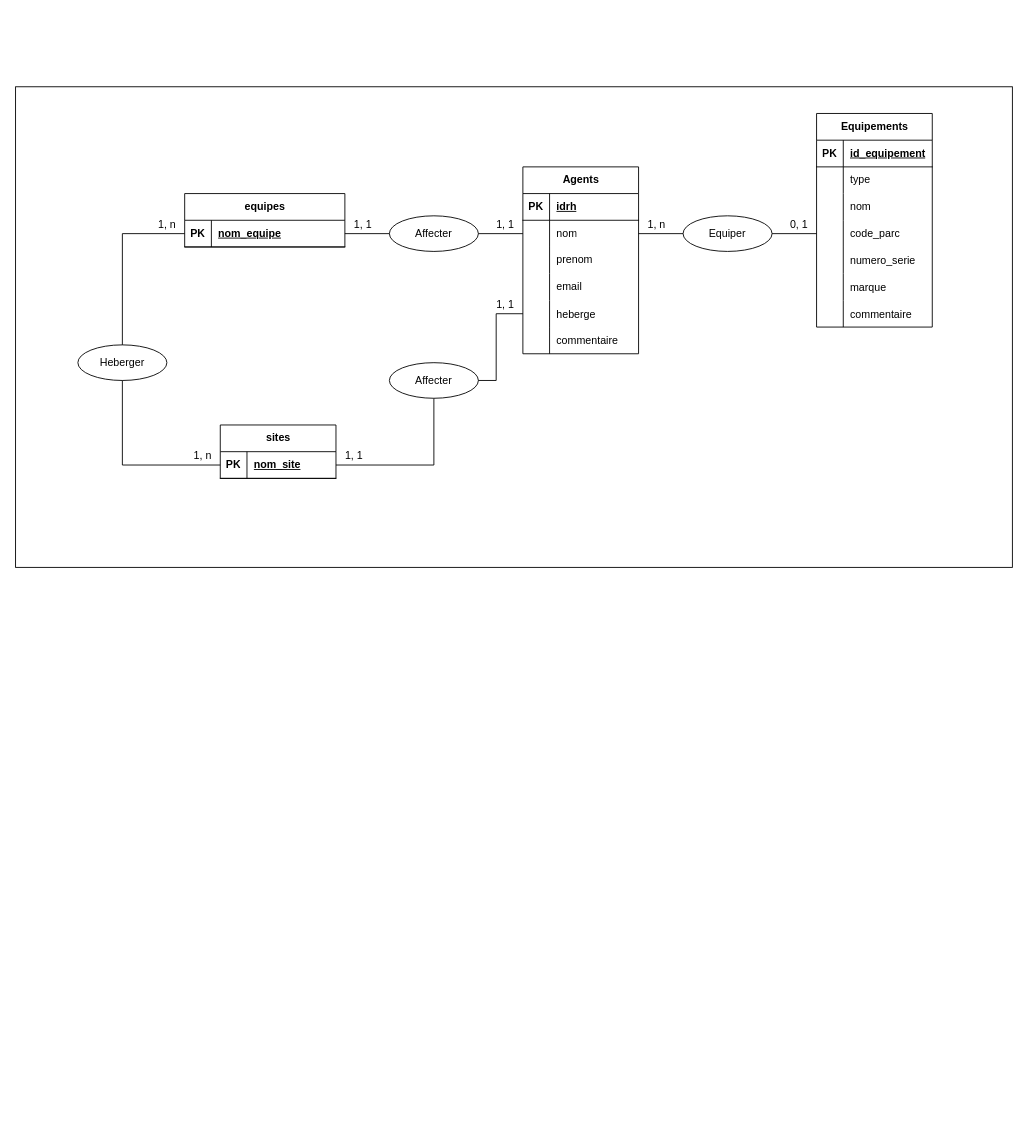
This is mcd_park.drawio from Dr-Revdev/GestionParc, a draw.io file, before an edit. Source tidied: cells renumbered, new cells numbered last; positions are measured from the earlier drawing's top-left corner, leaving out a move shared by most shapes. Both pictures are drawn from the tidied source at 89%, with x=0, y=0 at pixel (15, 86).
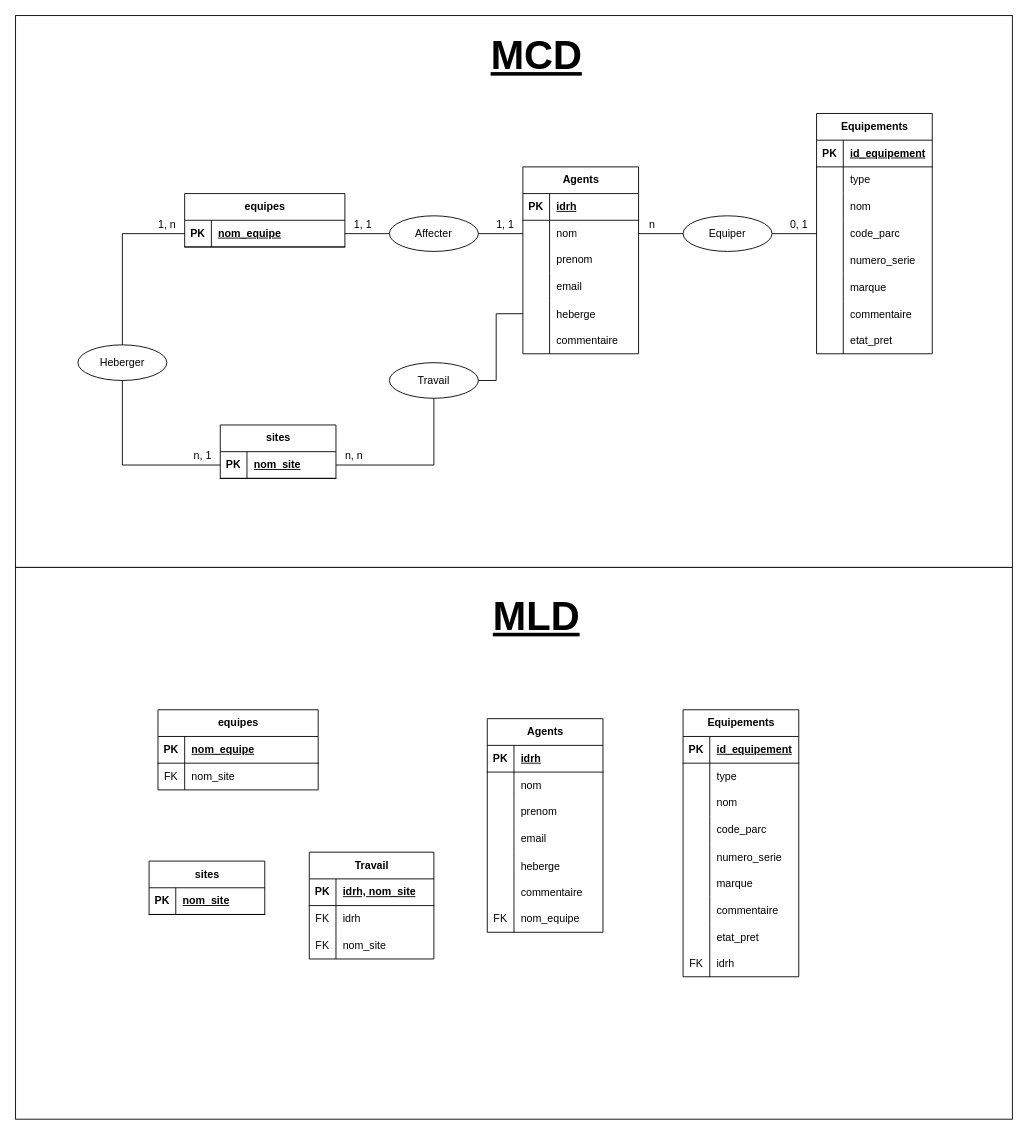
The same diagram, later.

Commit message:
Mettre à jour mcd_park.drawio

What changed in the source:
```diff
@@
     <mxCell id="2" style="rounded=0;whiteSpace=wrap;html=1;" parent="1" vertex="1">
-      <mxGeometry width="1120" height="540" as="geometry" />
+      <mxGeometry y="-80" width="1120" height="620" as="geometry" />
     </mxCell>
@@
     <mxCell id="22" value="Equipements" style="shape=table;startSize=30;childLayout=tableLayout;rowLines=0;fontStyle=1;align=center;html=1;" parent="1" vertex="1">
-      <mxGeometry x="900" y="30" width="130" height="240" as="geometry" />
+      <mxGeometry x="900" y="30" width="130" height="270" as="geometry" />
     </mxCell>
@@
+    <mxCell id="72" style="shape=tableRow;horizontal=0;startSize=0;swimlaneHead=0;swimlaneBody=0;fillColor=none;top=0;left=0;right=0;bottom=0;" parent="22" vertex="1">
+      <mxGeometry y="240" width="130" height="30" as="geometry" />
+    </mxCell>
+    <mxCell id="73" style="shape=partialRectangle;fillColor=none;top=0;left=0;bottom=0;right=0;overflow=hidden;" parent="72" vertex="1">
+      <mxGeometry width="30" height="30" as="geometry" />
+    </mxCell>
+    <mxCell id="74" value="etat_pret" style="shape=partialRectangle;fillColor=none;top=0;left=0;bottom=0;right=0;align=left;spacingLeft=6;overflow=hidden;" parent="72" vertex="1">
+      <mxGeometry x="30" width="100" height="30" as="geometry" />
+    </mxCell>
@@
-    <mxCell id="59" value="1, 1" style="text;html=1;align=center;verticalAlign=middle;strokeColor=none;fillColor=none;" parent="1" vertex="1">
+    <mxCell id="59" value="n, n" style="text;html=1;align=center;verticalAlign=middle;strokeColor=none;fillColor=none;" parent="1" vertex="1">
       <mxGeometry x="360" y="400" width="40" height="30" as="geometry" />
     </mxCell>
@@
-    <mxCell id="62" value="1, n" style="text;html=1;align=center;verticalAlign=middle;strokeColor=none;fillColor=none;" parent="1" vertex="1">
-      <mxGeometry x="700" y="140" width="40" height="30" as="geometry" />
+    <mxCell id="62" value="n" style="text;html=1;align=center;verticalAlign=middle;strokeColor=none;fillColor=none;" parent="1" vertex="1">
+      <mxGeometry x="700" y="140" width="30" height="30" as="geometry" />
     </mxCell>
@@
-    <mxCell id="64" value="Affecter" style="ellipse;whiteSpace=wrap;html=1;align=center;" parent="1" vertex="1">
+    <mxCell id="64" value="Travail" style="ellipse;whiteSpace=wrap;html=1;align=center;" parent="1" vertex="1">
       <mxGeometry x="420" y="310" width="100" height="40" as="geometry" />
     </mxCell>
@@
-    <mxCell id="69" value="1, n" style="text;html=1;align=center;verticalAlign=middle;strokeColor=none;fillColor=none;" parent="1" vertex="1">
+    <mxCell id="69" value="n, 1" style="text;html=1;align=center;verticalAlign=middle;strokeColor=none;fillColor=none;" parent="1" vertex="1">
       <mxGeometry x="190" y="400" width="40" height="30" as="geometry" />
     </mxCell>
@@
-    <mxCell id="71" value="1, 1" style="text;html=1;align=center;verticalAlign=middle;strokeColor=none;fillColor=none;" parent="1" vertex="1">
-      <mxGeometry x="530" y="230" width="40" height="30" as="geometry" />
-    </mxCell>
+    <mxCell id="75" style="rounded=0;whiteSpace=wrap;html=1;" parent="1" vertex="1">
+      <mxGeometry y="540" width="1120" height="620" as="geometry" />
+    </mxCell>
+    <mxCell id="76" value="&lt;font style=&quot;font-size: 45px;&quot;&gt;&lt;u&gt;MCD&lt;/u&gt;&lt;/font&gt;" style="text;strokeColor=none;fillColor=none;html=1;fontSize=24;fontStyle=1;verticalAlign=middle;align=center;" parent="1" vertex="1">
+      <mxGeometry x="430" y="-70" width="310" height="70" as="geometry" />
+    </mxCell>
+    <mxCell id="77" value="Agents" style="shape=table;startSize=30;childLayout=tableLayout;rowLines=0;fontStyle=1;align=center;html=1;" parent="1" vertex="1">
+      <mxGeometry x="530" y="710" width="130" height="240" as="geometry" />
+    </mxCell>
+    <mxCell id="78" style="shape=tableRow;horizontal=0;startSize=0;swimlaneHead=0;swimlaneBody=0;fillColor=none;top=0;left=0;right=0;bottom=1;" parent="77" vertex="1">
+      <mxGeometry y="30" width="130" height="30" as="geometry" />
+    </mxCell>
+    <mxCell id="79" value="PK" style="shape=partialRectangle;fillColor=none;top=0;left=0;bottom=0;right=0;fontStyle=1;overflow=hidden;whiteSpace=wrap;html=1;" parent="78" vertex="1">
+      <mxGeometry width="30" height="30" as="geometry" />
+    </mxCell>
+    <mxCell id="80" value="idrh" style="shape=partialRectangle;fillColor=none;top=0;left=0;bottom=0;right=0;align=left;spacingLeft=6;fontStyle=5;overflow=hidden;whiteSpace=wrap;html=1;" parent="78" vertex="1">
+      <mxGeometry x="30" width="100" height="30" as="geometry" />
+    </mxCell>
+    <mxCell id="81" style="shape=tableRow;horizontal=0;startSize=0;swimlaneHead=0;swimlaneBody=0;fillColor=none;top=0;left=0;right=0;bottom=0;" parent="77" vertex="1">
+      <mxGeometry y="60" width="130" height="30" as="geometry" />
+    </mxCell>
+    <mxCell id="82" style="shape=partialRectangle;fillColor=none;top=0;left=0;bottom=0;right=0;overflow=hidden;whiteSpace=wrap;html=1;" parent="81" vertex="1">
+      <mxGeometry width="30" height="30" as="geometry" />
+    </mxCell>
+    <mxCell id="83" value="nom" style="shape=partialRectangle;fillColor=none;top=0;left=0;bottom=0;right=0;align=left;spacingLeft=6;overflow=hidden;whiteSpace=wrap;html=1;" parent="81" vertex="1">
+      <mxGeometry x="30" width="100" height="30" as="geometry" />
+    </mxCell>
+    <mxCell id="84" style="shape=tableRow;horizontal=0;startSize=0;swimlaneHead=0;swimlaneBody=0;fillColor=none;top=0;left=0;right=0;bottom=0;" parent="77" vertex="1">
+      <mxGeometry y="90" width="130" height="30" as="geometry" />
+    </mxCell>
+    <mxCell id="85" style="shape=partialRectangle;fillColor=none;top=0;left=0;bottom=0;right=0;overflow=hidden;whiteSpace=wrap;html=1;" parent="84" vertex="1">
+      <mxGeometry width="30" height="30" as="geometry" />
+    </mxCell>
+    <mxCell id="86" value="prenom" style="shape=partialRectangle;fillColor=none;top=0;left=0;bottom=0;right=0;align=left;spacingLeft=6;overflow=hidden;whiteSpace=wrap;html=1;" parent="84" vertex="1">
+      <mxGeometry x="30" width="100" height="30" as="geometry" />
+    </mxCell>
+    <mxCell id="87" style="shape=tableRow;horizontal=0;startSize=0;swimlaneHead=0;swimlaneBody=0;fillColor=none;top=0;left=0;right=0;bottom=0;" parent="77" vertex="1">
+      <mxGeometry y="120" width="130" height="30" as="geometry" />
+    </mxCell>
+    <mxCell id="88" style="shape=partialRectangle;fillColor=none;top=0;left=0;bottom=0;right=0;overflow=hidden;whiteSpace=wrap;html=1;" parent="87" vertex="1">
+      <mxGeometry width="30" height="30" as="geometry" />
+    </mxCell>
+    <mxCell id="89" value="email" style="shape=partialRectangle;fillColor=none;top=0;left=0;bottom=0;right=0;align=left;spacingLeft=6;overflow=hidden;whiteSpace=wrap;html=1;" parent="87" vertex="1">
+      <mxGeometry x="30" width="100" height="30" as="geometry" />
+    </mxCell>
+    <mxCell id="90" style="shape=tableRow;horizontal=0;startSize=0;swimlaneHead=0;swimlaneBody=0;fillColor=none;top=0;left=0;right=0;bottom=0;" parent="77" vertex="1">
+      <mxGeometry y="150" width="130" height="30" as="geometry" />
+    </mxCell>
+    <mxCell id="91" style="shape=partialRectangle;fillColor=none;top=0;left=0;bottom=0;right=0;overflow=hidden;" parent="90" vertex="1">
+      <mxGeometry width="30" height="30" as="geometry" />
+    </mxCell>
+    <mxCell id="92" value="heberge" style="shape=partialRectangle;fillColor=none;top=0;left=0;bottom=0;right=0;align=left;spacingLeft=6;overflow=hidden;" parent="90" vertex="1">
+      <mxGeometry x="30" width="100" height="30" as="geometry" />
+    </mxCell>
+    <mxCell id="93" style="shape=tableRow;horizontal=0;startSize=0;swimlaneHead=0;swimlaneBody=0;fillColor=none;top=0;left=0;right=0;bottom=0;" parent="77" vertex="1">
+      <mxGeometry y="180" width="130" height="30" as="geometry" />
+    </mxCell>
+    <mxCell id="94" style="shape=partialRectangle;fillColor=none;top=0;left=0;bottom=0;right=0;overflow=hidden;" parent="93" vertex="1">
+      <mxGeometry width="30" height="30" as="geometry" />
+    </mxCell>
+    <mxCell id="95" value="commentaire" style="shape=partialRectangle;fillColor=none;top=0;left=0;bottom=0;right=0;align=left;spacingLeft=6;overflow=hidden;" parent="93" vertex="1">
+      <mxGeometry x="30" width="100" height="30" as="geometry" />
+    </mxCell>
+    <mxCell id="96" style="shape=tableRow;horizontal=0;startSize=0;swimlaneHead=0;swimlaneBody=0;fillColor=none;top=0;left=0;right=0;bottom=0;" parent="77" vertex="1">
+      <mxGeometry y="210" width="130" height="30" as="geometry" />
+    </mxCell>
+    <mxCell id="97" value="FK" style="shape=partialRectangle;fillColor=none;top=0;left=0;bottom=0;right=0;fontStyle=0;overflow=hidden;whiteSpace=wrap;html=1;" parent="96" vertex="1">
+      <mxGeometry width="30" height="30" as="geometry" />
+    </mxCell>
+    <mxCell id="98" value="nom_equipe" style="shape=partialRectangle;fillColor=none;top=0;left=0;bottom=0;right=0;align=left;spacingLeft=6;fontStyle=0;overflow=hidden;whiteSpace=wrap;html=1;" parent="96" vertex="1">
+      <mxGeometry x="30" width="100" height="30" as="geometry" />
+    </mxCell>
+    <mxCell id="99" value="Equipements" style="shape=table;startSize=30;childLayout=tableLayout;rowLines=0;fontStyle=1;align=center;html=1;" parent="1" vertex="1">
+      <mxGeometry x="750" y="700" width="130" height="300" as="geometry" />
+    </mxCell>
+    <mxCell id="100" style="shape=tableRow;horizontal=0;startSize=0;swimlaneHead=0;swimlaneBody=0;fillColor=none;top=0;left=0;right=0;bottom=1;" parent="99" vertex="1">
+      <mxGeometry y="30" width="130" height="30" as="geometry" />
+    </mxCell>
+    <mxCell id="101" value="PK" style="shape=partialRectangle;fillColor=none;top=0;left=0;bottom=0;right=0;fontStyle=1;overflow=hidden;whiteSpace=wrap;html=1;" parent="100" vertex="1">
+      <mxGeometry width="30" height="30" as="geometry" />
+    </mxCell>
+    <mxCell id="102" value="id_equipement" style="shape=partialRectangle;fillColor=none;top=0;left=0;bottom=0;right=0;align=left;spacingLeft=6;fontStyle=5;overflow=hidden;whiteSpace=wrap;html=1;" parent="100" vertex="1">
+      <mxGeometry x="30" width="100" height="30" as="geometry" />
+    </mxCell>
+    <mxCell id="103" style="shape=tableRow;horizontal=0;startSize=0;swimlaneHead=0;swimlaneBody=0;fillColor=none;top=0;left=0;right=0;bottom=0;" parent="99" vertex="1">
+      <mxGeometry y="60" width="130" height="30" as="geometry" />
+    </mxCell>
+    <mxCell id="104" style="shape=partialRectangle;fillColor=none;top=0;left=0;bottom=0;right=0;overflow=hidden;whiteSpace=wrap;html=1;" parent="103" vertex="1">
+      <mxGeometry width="30" height="30" as="geometry" />
+    </mxCell>
+    <mxCell id="105" value="type" style="shape=partialRectangle;fillColor=none;top=0;left=0;bottom=0;right=0;align=left;spacingLeft=6;overflow=hidden;whiteSpace=wrap;html=1;" parent="103" vertex="1">
+      <mxGeometry x="30" width="100" height="30" as="geometry" />
+    </mxCell>
+    <mxCell id="106" style="shape=tableRow;horizontal=0;startSize=0;swimlaneHead=0;swimlaneBody=0;fillColor=none;top=0;left=0;right=0;bottom=0;" parent="99" vertex="1">
+      <mxGeometry y="90" width="130" height="30" as="geometry" />
+    </mxCell>
+    <mxCell id="107" style="shape=partialRectangle;fillColor=none;top=0;left=0;bottom=0;right=0;overflow=hidden;whiteSpace=wrap;html=1;" parent="106" vertex="1">
+      <mxGeometry width="30" height="30" as="geometry" />
+    </mxCell>
+    <mxCell id="108" value="nom" style="shape=partialRectangle;fillColor=none;top=0;left=0;bottom=0;right=0;align=left;spacingLeft=6;overflow=hidden;whiteSpace=wrap;html=1;" parent="106" vertex="1">
+      <mxGeometry x="30" width="100" height="30" as="geometry" />
+    </mxCell>
+    <mxCell id="109" style="shape=tableRow;horizontal=0;startSize=0;swimlaneHead=0;swimlaneBody=0;fillColor=none;top=0;left=0;right=0;bottom=0;" parent="99" vertex="1">
+      <mxGeometry y="120" width="130" height="30" as="geometry" />
+    </mxCell>
+    <mxCell id="110" style="shape=partialRectangle;fillColor=none;top=0;left=0;bottom=0;right=0;overflow=hidden;whiteSpace=wrap;html=1;" parent="109" vertex="1">
+      <mxGeometry width="30" height="30" as="geometry" />
+    </mxCell>
+    <mxCell id="111" value="code_parc" style="shape=partialRectangle;fillColor=none;top=0;left=0;bottom=0;right=0;align=left;spacingLeft=6;overflow=hidden;whiteSpace=wrap;html=1;" parent="109" vertex="1">
+      <mxGeometry x="30" width="100" height="30" as="geometry" />
+    </mxCell>
+    <mxCell id="112" style="shape=tableRow;horizontal=0;startSize=0;swimlaneHead=0;swimlaneBody=0;fillColor=none;top=0;left=0;right=0;bottom=0;" parent="99" vertex="1">
+      <mxGeometry y="150" width="130" height="30" as="geometry" />
+    </mxCell>
+    <mxCell id="113" style="shape=partialRectangle;fillColor=none;top=0;left=0;bottom=0;right=0;overflow=hidden;" parent="112" vertex="1">
+      <mxGeometry width="30" height="30" as="geometry" />
+    </mxCell>
+    <mxCell id="114" value="numero_serie" style="shape=partialRectangle;fillColor=none;top=0;left=0;bottom=0;right=0;align=left;spacingLeft=6;overflow=hidden;" parent="112" vertex="1">
+      <mxGeometry x="30" width="100" height="30" as="geometry" />
+    </mxCell>
+    <mxCell id="115" style="shape=tableRow;horizontal=0;startSize=0;swimlaneHead=0;swimlaneBody=0;fillColor=none;top=0;left=0;right=0;bottom=0;" parent="99" vertex="1">
+      <mxGeometry y="180" width="130" height="30" as="geometry" />
+    </mxCell>
+    <mxCell id="116" style="shape=partialRectangle;fillColor=none;top=0;left=0;bottom=0;right=0;overflow=hidden;" parent="115" vertex="1">
+      <mxGeometry width="30" height="30" as="geometry" />
+    </mxCell>
+    <mxCell id="117" value="marque" style="shape=partialRectangle;fillColor=none;top=0;left=0;bottom=0;right=0;align=left;spacingLeft=6;overflow=hidden;" parent="115" vertex="1">
+      <mxGeometry x="30" width="100" height="30" as="geometry" />
+    </mxCell>
+    <mxCell id="118" style="shape=tableRow;horizontal=0;startSize=0;swimlaneHead=0;swimlaneBody=0;fillColor=none;top=0;left=0;right=0;bottom=0;" parent="99" vertex="1">
+      <mxGeometry y="210" width="130" height="30" as="geometry" />
+    </mxCell>
+    <mxCell id="119" style="shape=partialRectangle;fillColor=none;top=0;left=0;bottom=0;right=0;overflow=hidden;" parent="118" vertex="1">
+      <mxGeometry width="30" height="30" as="geometry" />
+    </mxCell>
+    <mxCell id="120" value="commentaire" style="shape=partialRectangle;fillColor=none;top=0;left=0;bottom=0;right=0;align=left;spacingLeft=6;overflow=hidden;" parent="118" vertex="1">
+      <mxGeometry x="30" width="100" height="30" as="geometry" />
+    </mxCell>
+    <mxCell id="121" style="shape=tableRow;horizontal=0;startSize=0;swimlaneHead=0;swimlaneBody=0;fillColor=none;top=0;left=0;right=0;bottom=0;" parent="99" vertex="1">
+      <mxGeometry y="240" width="130" height="30" as="geometry" />
+    </mxCell>
+    <mxCell id="122" style="shape=partialRectangle;fillColor=none;top=0;left=0;bottom=0;right=0;overflow=hidden;" parent="121" vertex="1">
+      <mxGeometry width="30" height="30" as="geometry" />
+    </mxCell>
+    <mxCell id="123" value="etat_pret" style="shape=partialRectangle;fillColor=none;top=0;left=0;bottom=0;right=0;align=left;spacingLeft=6;overflow=hidden;" parent="121" vertex="1">
+      <mxGeometry x="30" width="100" height="30" as="geometry" />
+    </mxCell>
+    <mxCell id="124" style="shape=tableRow;horizontal=0;startSize=0;swimlaneHead=0;swimlaneBody=0;fillColor=none;top=0;left=0;right=0;bottom=0;" parent="99" vertex="1">
+      <mxGeometry y="270" width="130" height="30" as="geometry" />
+    </mxCell>
+    <mxCell id="125" value="FK" style="shape=partialRectangle;fillColor=none;top=0;left=0;bottom=0;right=0;fontStyle=0;overflow=hidden;whiteSpace=wrap;html=1;" parent="124" vertex="1">
+      <mxGeometry width="30" height="30" as="geometry" />
+    </mxCell>
+    <mxCell id="126" value="idrh" style="shape=partialRectangle;fillColor=none;top=0;left=0;bottom=0;right=0;align=left;spacingLeft=6;fontStyle=0;overflow=hidden;whiteSpace=wrap;html=1;" parent="124" vertex="1">
+      <mxGeometry x="30" width="100" height="30" as="geometry" />
+    </mxCell>
+    <mxCell id="127" value="equipes" style="shape=table;startSize=30;childLayout=tableLayout;rowLines=0;fontStyle=1;align=center;html=1;" parent="1" vertex="1">
+      <mxGeometry x="160" y="700" width="180" height="90" as="geometry" />
+    </mxCell>
+    <mxCell id="128" style="shape=tableRow;horizontal=0;startSize=0;swimlaneHead=0;swimlaneBody=0;fillColor=none;top=0;left=0;right=0;bottom=1;" parent="127" vertex="1">
+      <mxGeometry y="30" width="180" height="30" as="geometry" />
+    </mxCell>
+    <mxCell id="129" value="PK" style="shape=partialRectangle;fillColor=none;top=0;left=0;bottom=0;right=0;fontStyle=1;overflow=hidden;whiteSpace=wrap;html=1;" parent="128" vertex="1">
+      <mxGeometry width="30" height="30" as="geometry" />
+    </mxCell>
+    <mxCell id="130" value="nom_equipe" style="shape=partialRectangle;fillColor=none;top=0;left=0;bottom=0;right=0;align=left;spacingLeft=6;fontStyle=5;overflow=hidden;whiteSpace=wrap;html=1;" parent="128" vertex="1">
+      <mxGeometry x="30" width="150" height="30" as="geometry" />
+    </mxCell>
+    <mxCell id="131" style="shape=tableRow;horizontal=0;startSize=0;swimlaneHead=0;swimlaneBody=0;fillColor=none;top=0;left=0;right=0;bottom=0;" parent="127" vertex="1">
+      <mxGeometry y="60" width="180" height="30" as="geometry" />
+    </mxCell>
+    <mxCell id="132" value="FK" style="shape=partialRectangle;fillColor=none;top=0;left=0;bottom=0;right=0;fontStyle=0;overflow=hidden;whiteSpace=wrap;html=1;" parent="131" vertex="1">
+      <mxGeometry width="30" height="30" as="geometry" />
+    </mxCell>
+    <mxCell id="133" value="nom_site" style="shape=partialRectangle;fillColor=none;top=0;left=0;bottom=0;right=0;align=left;spacingLeft=6;fontStyle=0;overflow=hidden;whiteSpace=wrap;html=1;" parent="131" vertex="1">
+      <mxGeometry x="30" width="150" height="30" as="geometry" />
+    </mxCell>
+    <mxCell id="134" value="sites" style="shape=table;startSize=30;childLayout=tableLayout;rowLines=0;fontStyle=1;align=center;html=1;" parent="1" vertex="1">
+      <mxGeometry x="150" y="870" width="130" height="60" as="geometry" />
+    </mxCell>
+    <mxCell id="135" style="shape=tableRow;horizontal=0;startSize=0;swimlaneHead=0;swimlaneBody=0;fillColor=none;top=0;left=0;right=0;bottom=1;" parent="134" vertex="1">
+      <mxGeometry y="30" width="130" height="30" as="geometry" />
+    </mxCell>
+    <mxCell id="136" value="PK" style="shape=partialRectangle;fillColor=none;top=0;left=0;bottom=0;right=0;fontStyle=1;overflow=hidden;whiteSpace=wrap;html=1;" parent="135" vertex="1">
+      <mxGeometry width="30" height="30" as="geometry" />
+    </mxCell>
+    <mxCell id="137" value="nom_site" style="shape=partialRectangle;fillColor=none;top=0;left=0;bottom=0;right=0;align=left;spacingLeft=6;fontStyle=5;overflow=hidden;whiteSpace=wrap;html=1;" parent="135" vertex="1">
+      <mxGeometry x="30" width="100" height="30" as="geometry" />
+    </mxCell>
+    <mxCell id="138" value="&lt;font style=&quot;font-size: 45px;&quot;&gt;&lt;u&gt;MLD&lt;/u&gt;&lt;/font&gt;" style="text;strokeColor=none;fillColor=none;html=1;fontSize=24;fontStyle=1;verticalAlign=middle;align=center;" parent="1" vertex="1">
+      <mxGeometry x="430" y="560" width="310" height="70" as="geometry" />
+    </mxCell>
+    <mxCell id="139" value="Travail" style="shape=table;startSize=30;childLayout=tableLayout;rowLines=0;fontStyle=1;align=center;html=1;" parent="1" vertex="1">
+      <mxGeometry x="330" y="860" width="140" height="120" as="geometry" />
+    </mxCell>
+    <mxCell id="140" style="shape=tableRow;horizontal=0;startSize=0;swimlaneHead=0;swimlaneBody=0;fillColor=none;top=0;left=0;right=0;bottom=1;" parent="139" vertex="1">
+      <mxGeometry y="30" width="140" height="30" as="geometry" />
+    </mxCell>
+    <mxCell id="141" value="PK" style="shape=partialRectangle;fillColor=none;top=0;left=0;bottom=0;right=0;fontStyle=1;overflow=hidden;whiteSpace=wrap;html=1;" parent="140" vertex="1">
+      <mxGeometry width="30" height="30" as="geometry" />
+    </mxCell>
+    <mxCell id="142" value="idrh, nom_site" style="shape=partialRectangle;fillColor=none;top=0;left=0;bottom=0;right=0;align=left;spacingLeft=6;fontStyle=5;overflow=hidden;whiteSpace=wrap;html=1;" parent="140" vertex="1">
+      <mxGeometry x="30" width="110" height="30" as="geometry" />
+    </mxCell>
+    <mxCell id="143" style="shape=tableRow;horizontal=0;startSize=0;swimlaneHead=0;swimlaneBody=0;fillColor=none;top=0;left=0;right=0;bottom=0;" parent="139" vertex="1">
+      <mxGeometry y="60" width="140" height="30" as="geometry" />
+    </mxCell>
+    <mxCell id="144" value="FK" style="shape=partialRectangle;fillColor=none;top=0;left=0;bottom=0;right=0;fontStyle=0;overflow=hidden;whiteSpace=wrap;html=1;" parent="143" vertex="1">
+      <mxGeometry width="30" height="30" as="geometry" />
+    </mxCell>
+    <mxCell id="145" value="idrh" style="shape=partialRectangle;fillColor=none;top=0;left=0;bottom=0;right=0;align=left;spacingLeft=6;fontStyle=0;overflow=hidden;whiteSpace=wrap;html=1;" parent="143" vertex="1">
+      <mxGeometry x="30" width="110" height="30" as="geometry" />
+    </mxCell>
+    <mxCell id="146" style="shape=tableRow;horizontal=0;startSize=0;swimlaneHead=0;swimlaneBody=0;fillColor=none;top=0;left=0;right=0;bottom=0;" parent="139" vertex="1">
+      <mxGeometry y="90" width="140" height="30" as="geometry" />
+    </mxCell>
+    <mxCell id="147" value="FK" style="shape=partialRectangle;fillColor=none;top=0;left=0;bottom=0;right=0;fontStyle=0;overflow=hidden;whiteSpace=wrap;html=1;" parent="146" vertex="1">
+      <mxGeometry width="30" height="30" as="geometry" />
+    </mxCell>
+    <mxCell id="148" value="nom_site" style="shape=partialRectangle;fillColor=none;top=0;left=0;bottom=0;right=0;align=left;spacingLeft=6;fontStyle=0;overflow=hidden;whiteSpace=wrap;html=1;" parent="146" vertex="1">
+      <mxGeometry x="30" width="110" height="30" as="geometry" />
+    </mxCell>
```
